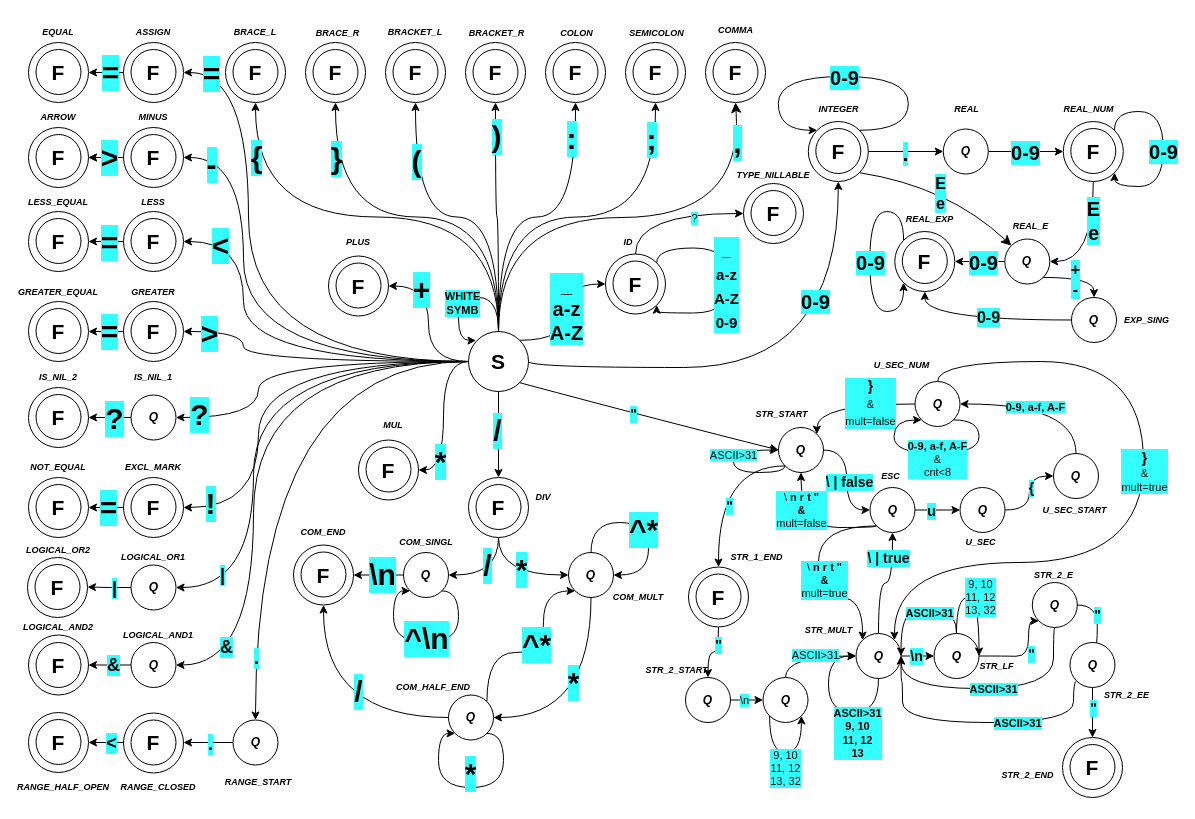
This is lexer.drawio from xshche05/IFJ-2023-project-compiler, a draw.io file, before an edit. Source tidied: cells renumbered, new cells numbered last; positions are measured from the earlier drawing's top-left corner, leaving out a move shared by most shapes. Both pictures are drawn from the tidied source at 100%, with x=0, y=0 at pixel (27, 17).
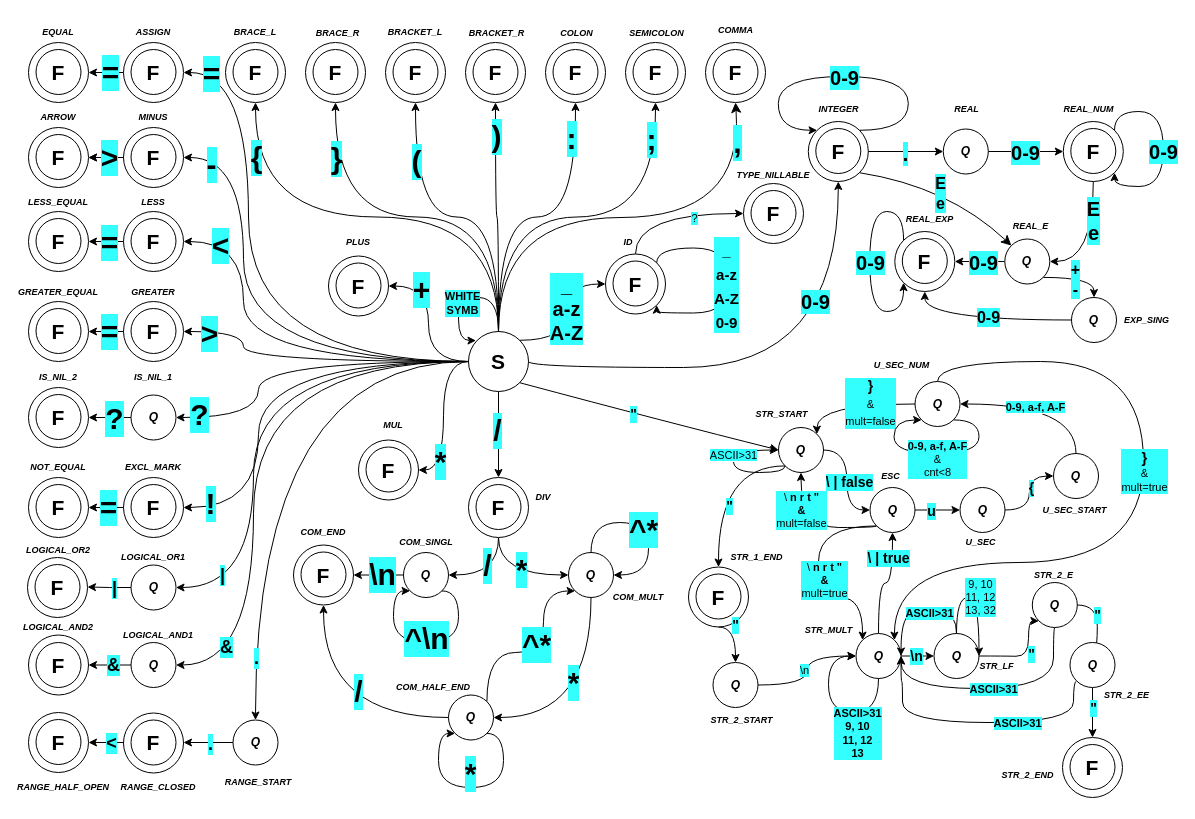
Above is the later version.

Unchanged cells that the change refers to:
```xml
<mxCell id="268" value="&lt;b&gt;&lt;i&gt;Q&lt;/i&gt;&lt;/b&gt;" style="ellipse;whiteSpace=wrap;html=1;" parent="1" vertex="1">
  <mxGeometry x="828.5" y="616" width="45" height="45" as="geometry" />
</mxCell>
```

The edit, as a diff of the source:
```diff
@@
-    <mxCell id="261" style="edgeStyle=orthogonalEdgeStyle;rounded=0;jettySize=auto;html=1;exitX=1;exitY=0.5;exitDx=0;exitDy=0;entryX=0;entryY=0.5;entryDx=0;entryDy=0;" parent="1" edge="1" source="263" target="327">
+    <mxCell id="261" style="edgeStyle=orthogonalEdgeStyle;jettySize=auto;html=1;exitX=1;exitY=0.5;exitDx=0;exitDy=0;entryX=0;entryY=0.5;entryDx=0;entryDy=0;curved=1;" parent="1" edge="1" source="263" target="268">
       <mxGeometry relative="1" as="geometry" />
     </mxCell>
     <mxCell id="262" value="\n" style="edgeLabel;html=1;align=center;verticalAlign=middle;labelBackgroundColor=#33FFFF;" parent="261" vertex="1">
-      <mxGeometry x="-0.17" relative="1" as="geometry" />
+      <mxGeometry x="-0.17" relative="1" as="geometry">
+        <mxPoint x="-3" y="-11" as="offset" />
+      </mxGeometry>
     </mxCell>
     <mxCell id="263" value="&lt;b&gt;&lt;i&gt;Q&lt;/i&gt;&lt;/b&gt;" style="ellipse;whiteSpace=wrap;html=1;" parent="1" vertex="1">
-      <mxGeometry x="658" y="660" width="45" height="45" as="geometry" />
+      <mxGeometry x="685.5" y="645" width="45" height="45" as="geometry" />
     </mxCell>
@@
     <mxCell id="301" value="STR_2_START" style="text;html=1;align=center;verticalAlign=middle;strokeColor=none;fillColor=none;fontSize=9;fontStyle=3;" parent="1" vertex="1">
-      <mxGeometry x="606" y="640" width="85" height="25" as="geometry" />
+      <mxGeometry x="671" y="690" width="85" height="25" as="geometry" />
     </mxCell>
@@
-    <mxCell id="325" style="edgeStyle=orthogonalEdgeStyle;jettySize=auto;html=1;exitX=0.5;exitY=0;exitDx=0;exitDy=0;entryX=0;entryY=0.5;entryDx=0;entryDy=0;curved=1;" parent="1" edge="1" source="327" target="268">
-      <mxGeometry relative="1" as="geometry" />
-    </mxCell>
-    <mxCell id="326" value="ASCII&amp;gt;31" style="edgeLabel;html=1;align=center;verticalAlign=middle;labelBackgroundColor=#33FFFF;" parent="325" vertex="1">
-      <mxGeometry x="0.11" y="1" relative="1" as="geometry" />
-    </mxCell>
-    <mxCell id="327" value="&lt;b&gt;&lt;i&gt;Q&lt;/i&gt;&lt;/b&gt;" style="ellipse;whiteSpace=wrap;html=1;" parent="1" vertex="1">
-      <mxGeometry x="735.5" y="660" width="45" height="45" as="geometry" />
-    </mxCell>
-    <mxCell id="328" style="edgeStyle=orthogonalEdgeStyle;orthogonalLoop=1;jettySize=auto;html=1;exitX=0;exitY=1;exitDx=0;exitDy=0;entryX=1;entryY=1;entryDx=0;entryDy=0;curved=1;" parent="1" edge="1" source="327" target="327">
-      <mxGeometry relative="1" as="geometry">
-        <Array as="points">
-          <mxPoint x="742" y="735" />
-          <mxPoint x="774" y="735" />
-        </Array>
-      </mxGeometry>
-    </mxCell>
-    <mxCell id="329" value="9, 10&lt;br style=&quot;border-color: var(--border-color);&quot;&gt;11, 12&lt;br style=&quot;border-color: var(--border-color);&quot;&gt;13, 32" style="edgeLabel;html=1;align=center;verticalAlign=middle;labelBackgroundColor=#33FFFF;" parent="328" vertex="1">
-      <mxGeometry x="-0.06" relative="1" as="geometry">
-        <mxPoint x="3" y="15" as="offset" />
-      </mxGeometry>
-    </mxCell>
```
